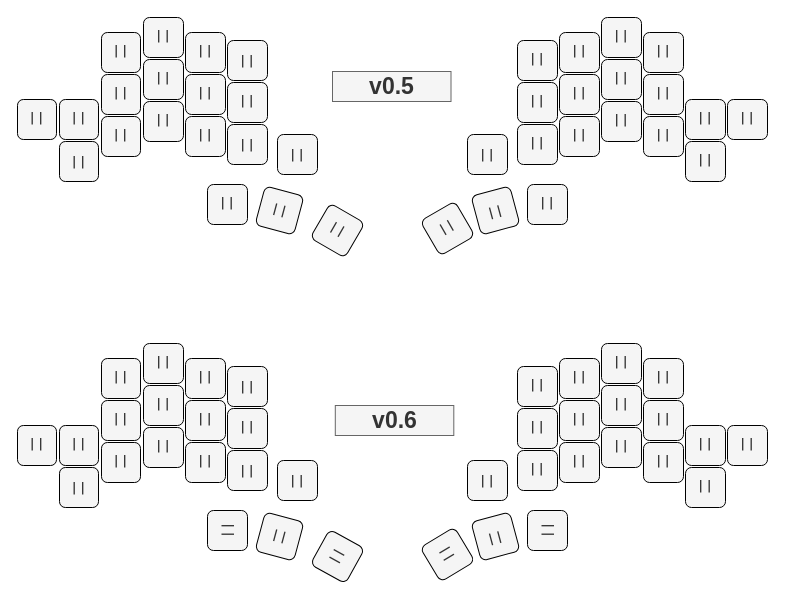
Above: page "Orientation" (1 of 3) of data/Ptechinos.drawio in JeremyBois/Ptechinos (draw.io), before the change. Source tidied: cells renumbered, new cells numbered last; positions are measured from the earlier drawing's top-left corner, leaving out a move shared by most shapes. Both pictures are drawn from the tidied source at 100%, with x=0, y=0 at pixel (17, 17).
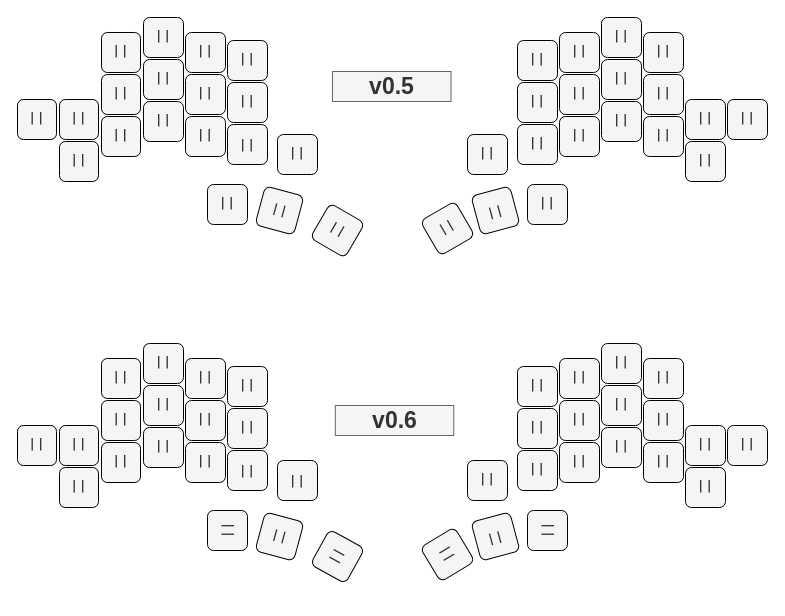
The same page after the edit.

Diff of the diagram source:
```diff
@@
-    <mxCell id="2" value="&lt;p style=&quot;line-height: 0.9;&quot;&gt;&lt;/p&gt;&lt;div&gt;| |&lt;/div&gt;&lt;div style=&quot;font-size: 11px;&quot;&gt;&lt;font style=&quot;font-size: 11px;&quot;&gt;&lt;br&gt;&lt;/font&gt;&lt;/div&gt;&lt;div&gt;&lt;br&gt;&lt;/div&gt;&lt;div&gt;&lt;br&gt;&lt;/div&gt;&lt;div&gt;&lt;br&gt;&lt;/div&gt;&lt;p&gt;&lt;br&gt;&lt;br&gt;&lt;/p&gt;" style="whiteSpace=wrap;html=1;fontSize=12;fontFamily=Verdana;fontStyle=1;fillColor=#f5f5f5;rounded=1;strokeColor=default;fontColor=#333333;shadow=0;verticalAlign=top;spacingTop=-5;" parent="1" vertex="1">
+    <mxCell id="2" value="&lt;p style=&quot;line-height: 0.9;&quot;&gt;| |&lt;/p&gt;" style="whiteSpace=wrap;html=1;fontSize=12;fontFamily=Verdana;fontStyle=1;fillColor=#f5f5f5;rounded=1;strokeColor=default;fontColor=#333333;shadow=0;verticalAlign=top;spacingTop=-5;" parent="1" vertex="1">
       <mxGeometry x="260" y="117" width="40" height="40" as="geometry" />
     </mxCell>
@@
-    <mxCell id="9" value="&lt;p style=&quot;line-height: 0.9;&quot;&gt;&lt;/p&gt;&lt;div&gt;| |&lt;/div&gt;&lt;div style=&quot;font-size: 11px;&quot;&gt;&lt;font style=&quot;font-size: 11px;&quot;&gt;&lt;br&gt;&lt;/font&gt;&lt;/div&gt;&lt;div&gt;&lt;br&gt;&lt;/div&gt;&lt;div&gt;&lt;br&gt;&lt;/div&gt;&lt;div&gt;&lt;br&gt;&lt;/div&gt;&lt;p&gt;&lt;br&gt;&lt;/p&gt;" style="whiteSpace=wrap;html=1;fontSize=12;fontFamily=Verdana;fontStyle=1;fillColor=#f5f5f5;rounded=1;strokeColor=default;fontColor=#333333;shadow=0;verticalAlign=top;direction=west;spacingTop=-5;" parent="1" vertex="1">
+    <mxCell id="9" value="&lt;p style=&quot;line-height: 0.9;&quot;&gt;| |&lt;/p&gt;" style="whiteSpace=wrap;html=1;fontSize=12;fontFamily=Verdana;fontStyle=1;fillColor=#f5f5f5;rounded=1;strokeColor=default;fontColor=#333333;shadow=0;verticalAlign=top;direction=west;spacingTop=-5;" parent="1" vertex="1">
       <mxGeometry x="42" y="124" width="39" height="40" as="geometry" />
     </mxCell>
@@
-    <mxCell id="28" value="&lt;p style=&quot;line-height: 0.9;&quot;&gt;&lt;/p&gt;&lt;div&gt;| |&lt;/div&gt;&lt;p&gt;&lt;/p&gt;" style="whiteSpace=wrap;html=1;fontSize=12;fontFamily=Verdana;fontStyle=1;fillColor=#f5f5f5;rounded=1;strokeColor=default;fontColor=#333333;shadow=0;verticalAlign=top;spacingTop=-5;" parent="1" vertex="1">
+    <mxCell id="28" value="&lt;p style=&quot;line-height: 0.9;&quot;&gt;| |&lt;/p&gt;&lt;p&gt;&lt;/p&gt;" style="whiteSpace=wrap;html=1;fontSize=12;fontFamily=Verdana;fontStyle=1;fillColor=#f5f5f5;rounded=1;strokeColor=default;fontColor=#333333;shadow=0;verticalAlign=top;spacingTop=-5;" parent="1" vertex="1">
       <mxGeometry x="210" y="23" width="40" height="40" as="geometry" />
     </mxCell>
@@
-    <mxCell id="39" value="&lt;p style=&quot;line-height: 0.9;&quot;&gt;&lt;/p&gt;&lt;div&gt;| |&lt;/div&gt;&lt;div style=&quot;font-size: 11px;&quot;&gt;&lt;font style=&quot;font-size: 11px;&quot;&gt;&lt;br&gt;&lt;/font&gt;&lt;/div&gt;&lt;div&gt;&lt;br&gt;&lt;/div&gt;&lt;div&gt;&lt;br&gt;&lt;/div&gt;&lt;div&gt;&lt;br&gt;&lt;/div&gt;&lt;p&gt;&lt;br&gt;&lt;br&gt;&lt;/p&gt;" style="whiteSpace=wrap;html=1;fontSize=12;fontFamily=Verdana;fontStyle=1;fillColor=#f5f5f5;rounded=1;strokeColor=default;fontColor=#333333;shadow=0;verticalAlign=top;spacingTop=-5;" parent="1" vertex="1">
+    <mxCell id="39" value="&lt;p style=&quot;line-height: 0.9;&quot;&gt;&lt;/p&gt;&lt;div&gt;| |&lt;/div&gt;" style="whiteSpace=wrap;html=1;fontSize=12;fontFamily=Verdana;fontStyle=1;fillColor=#f5f5f5;rounded=1;strokeColor=default;fontColor=#333333;shadow=0;verticalAlign=top;spacingTop=-5;" parent="1" vertex="1">
       <mxGeometry x="260" y="443" width="40" height="40" as="geometry" />
     </mxCell>
@@
-    <mxCell id="46" value="&lt;p style=&quot;line-height: 0.9;&quot;&gt;&lt;/p&gt;&lt;div&gt;| |&lt;/div&gt;&lt;div style=&quot;font-size: 11px;&quot;&gt;&lt;font style=&quot;font-size: 11px;&quot;&gt;&lt;br&gt;&lt;/font&gt;&lt;/div&gt;&lt;div&gt;&lt;br&gt;&lt;/div&gt;&lt;div&gt;&lt;br&gt;&lt;/div&gt;&lt;div&gt;&lt;br&gt;&lt;/div&gt;&lt;p&gt;&lt;br&gt;&lt;/p&gt;" style="whiteSpace=wrap;html=1;fontSize=12;fontFamily=Verdana;fontStyle=1;fillColor=#f5f5f5;rounded=1;strokeColor=default;fontColor=#333333;shadow=0;verticalAlign=top;direction=west;spacingTop=-5;" parent="1" vertex="1">
+    <mxCell id="46" value="&lt;p style=&quot;line-height: 0.9;&quot;&gt;| |&lt;/p&gt;" style="whiteSpace=wrap;html=1;fontSize=12;fontFamily=Verdana;fontStyle=1;fillColor=#f5f5f5;rounded=1;strokeColor=default;fontColor=#333333;shadow=0;verticalAlign=top;direction=west;spacingTop=-5;" parent="1" vertex="1">
       <mxGeometry x="42" y="450" width="39" height="40" as="geometry" />
     </mxCell>
@@
-    <mxCell id="65" value="&lt;p style=&quot;line-height: 0.9;&quot;&gt;&lt;/p&gt;&lt;div&gt;| |&lt;/div&gt;&lt;p&gt;&lt;/p&gt;" style="whiteSpace=wrap;html=1;fontSize=12;fontFamily=Verdana;fontStyle=1;fillColor=#f5f5f5;rounded=1;strokeColor=default;fontColor=#333333;shadow=0;verticalAlign=top;spacingTop=-5;" parent="1" vertex="1">
+    <mxCell id="65" value="&lt;p style=&quot;line-height: 0.9;&quot;&gt;| |&lt;/p&gt;&lt;p&gt;&lt;/p&gt;" style="whiteSpace=wrap;html=1;fontSize=12;fontFamily=Verdana;fontStyle=1;fillColor=#f5f5f5;rounded=1;strokeColor=default;fontColor=#333333;shadow=0;verticalAlign=top;spacingTop=-5;" parent="1" vertex="1">
       <mxGeometry x="210" y="349" width="40" height="40" as="geometry" />
     </mxCell>
@@
-    <mxCell id="76" value="&lt;p style=&quot;line-height: 0.9;&quot;&gt;&lt;/p&gt;&lt;div&gt;| |&lt;/div&gt;&lt;div style=&quot;font-size: 11px;&quot;&gt;&lt;font style=&quot;font-size: 11px;&quot;&gt;&lt;br&gt;&lt;/font&gt;&lt;/div&gt;&lt;div&gt;&lt;br&gt;&lt;/div&gt;&lt;div&gt;&lt;br&gt;&lt;/div&gt;&lt;div&gt;&lt;br&gt;&lt;/div&gt;&lt;p&gt;&lt;br&gt;&lt;br&gt;&lt;/p&gt;" style="whiteSpace=wrap;html=1;fontSize=12;fontFamily=Verdana;fontStyle=1;fillColor=#f5f5f5;rounded=1;strokeColor=default;fontColor=#333333;shadow=0;verticalAlign=top;spacingTop=-5;" parent="1" vertex="1">
+    <mxCell id="76" value="&lt;p style=&quot;line-height: 0.9;&quot;&gt;| |&lt;/p&gt;" style="whiteSpace=wrap;html=1;fontSize=12;fontFamily=Verdana;fontStyle=1;fillColor=#f5f5f5;rounded=1;strokeColor=default;fontColor=#333333;shadow=0;verticalAlign=top;spacingTop=-5;" parent="1" vertex="1">
       <mxGeometry x="450" y="117" width="40" height="40" as="geometry" />
     </mxCell>
-    <mxCell id="77" value="&lt;p style=&quot;line-height: 0.9;&quot;&gt;&lt;/p&gt;&lt;div&gt;| |&lt;/div&gt;&lt;div style=&quot;font-size: 11px;&quot;&gt;&lt;font style=&quot;font-size: 11px;&quot;&gt;&lt;br&gt;&lt;/font&gt;&lt;/div&gt;&lt;div&gt;&lt;br&gt;&lt;/div&gt;&lt;div&gt;&lt;br&gt;&lt;/div&gt;&lt;div&gt;&lt;br&gt;&lt;/div&gt;&lt;p&gt;&lt;br&gt;&lt;br&gt;&lt;/p&gt;" style="whiteSpace=wrap;html=1;fontSize=12;fontFamily=Verdana;fontStyle=1;fillColor=#f5f5f5;rounded=1;strokeColor=default;fontColor=#333333;shadow=0;verticalAlign=top;spacingTop=-5;" parent="1" vertex="1">
+    <mxCell id="77" value="&lt;p style=&quot;line-height: 0.9;&quot;&gt;| |&lt;/p&gt;" style="whiteSpace=wrap;html=1;fontSize=12;fontFamily=Verdana;fontStyle=1;fillColor=#f5f5f5;rounded=1;strokeColor=default;fontColor=#333333;shadow=0;verticalAlign=top;spacingTop=-5;" parent="1" vertex="1">
       <mxGeometry x="450" y="443" width="40" height="40" as="geometry" />
     </mxCell>
```
